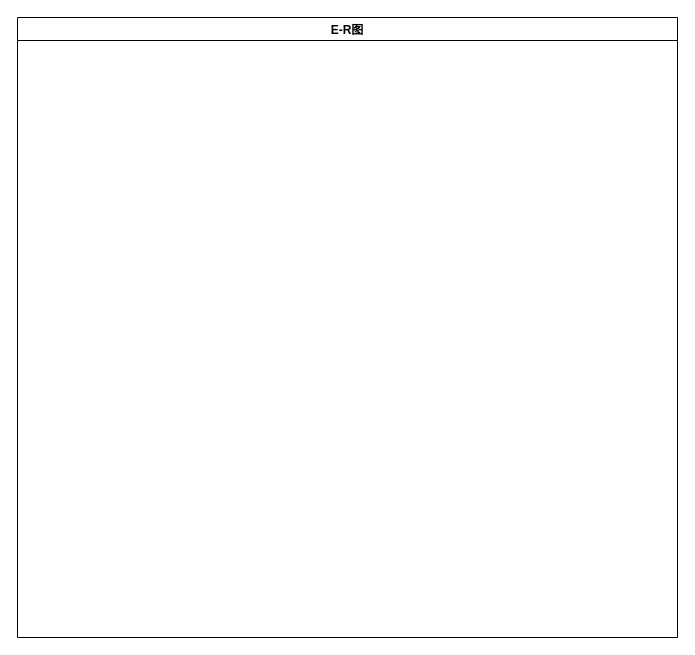
The draw.io diagram 衡链.drawio in xiaofengleiyu/diagrams, before the edit. Source tidied: cells renumbered, new cells numbered last; positions are measured from the earlier drawing's top-left corner, leaving out a move shared by most shapes. Both pictures are drawn from the tidied source at 100%, with x=0, y=0 at pixel (17, 17).
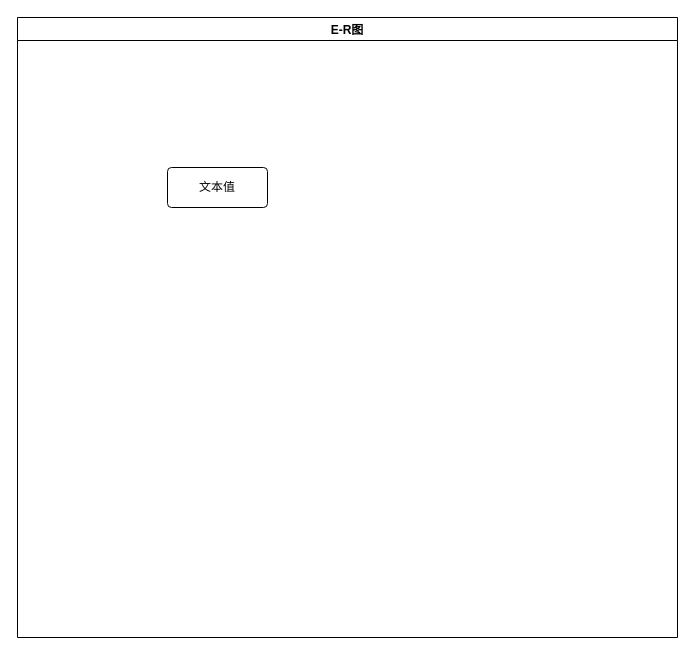
Above is the later version.

The edit, as a diff of the source:
```diff
@@
 <mxGraphModel>
   <root>
     <mxCell id="0" />
     <mxCell id="1" parent="0" />
     <mxCell id="2" value="E-R图" style="swimlane;" parent="1" vertex="1">
       <mxGeometry width="660" height="620" as="geometry" />
     </mxCell>
+    <mxCell id="3" value="文本值" style="rounded=1;arcSize=10;whiteSpace=wrap;html=1;align=center;" parent="2" vertex="1">
+      <mxGeometry x="150" y="150" width="100" height="40" as="geometry" />
+    </mxCell>
   </root>
 </mxGraphModel>
```
